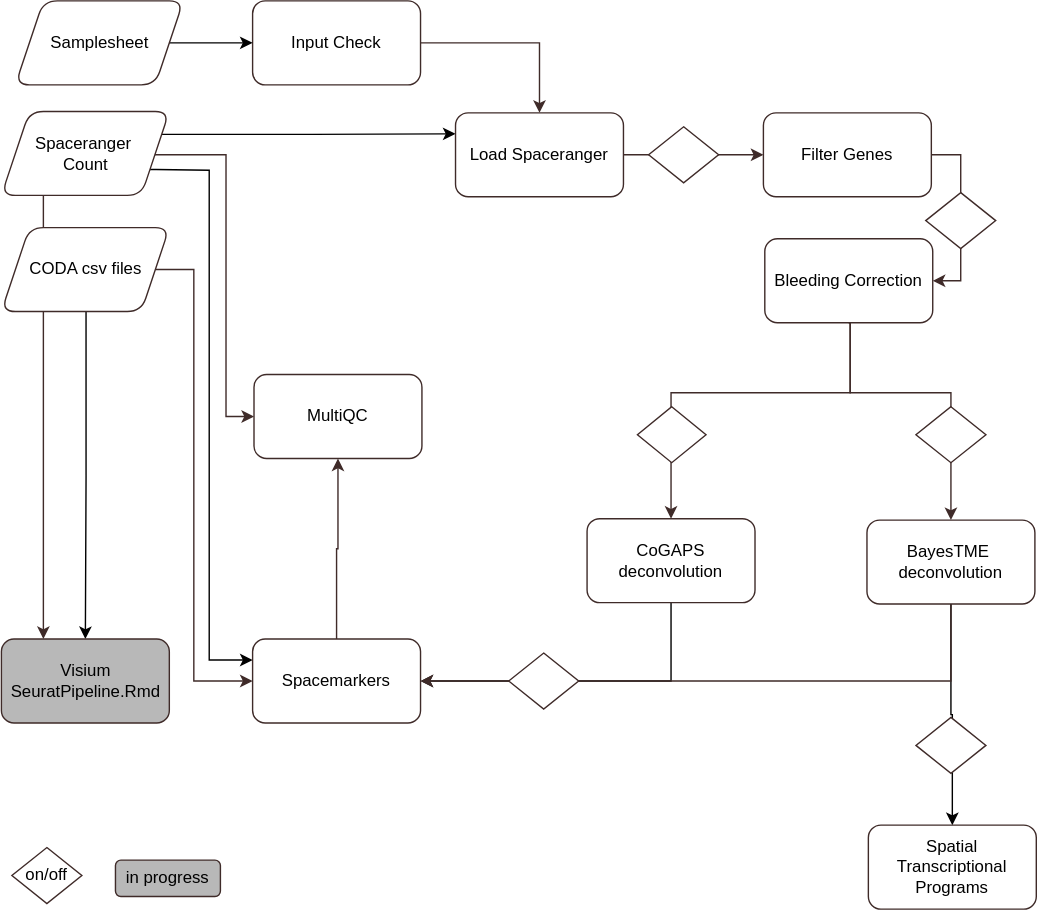
Before: assets/btc-visium.svg, a diagram exported from draw.io (break-through-cancer/btc-spatial-pipelines). Source tidied: cells renumbered, new cells last; positions are measured from the earlier drawing's top-left corner, leaving out a move shared by most shapes. Its diagram source:
```xml
<mxGraphModel>
  <root>
    <mxCell id="0" />
    <mxCell id="1" parent="0" />
    <mxCell id="2" style="edgeStyle=orthogonalEdgeStyle;rounded=0;jettySize=auto;html=1;strokeColor=#3F2B29;exitX=0.25;exitY=1;exitDx=0;exitDy=0;entryX=0.25;entryY=0;entryDx=0;entryDy=0;" parent="1" edge="1" source="6" target="18">
      <mxGeometry relative="1" as="geometry" />
    </mxCell>
    <mxCell id="3" style="edgeStyle=orthogonalEdgeStyle;rounded=0;jettySize=auto;html=1;strokeColor=#3F2B29;exitX=0.911;exitY=0.463;exitDx=0;exitDy=0;exitPerimeter=0;" parent="1" edge="1" source="6" target="29">
      <mxGeometry relative="1" as="geometry">
        <Array as="points">
          <mxPoint x="110" y="110" />
          <mxPoint x="161" y="110" />
          <mxPoint x="161" y="297" />
        </Array>
      </mxGeometry>
    </mxCell>
    <mxCell id="4" style="edgeStyle=orthogonalEdgeStyle;rounded=0;jettySize=auto;html=1;exitX=1;exitY=0.75;exitDx=0;exitDy=0;entryX=0;entryY=0.25;entryDx=0;entryDy=0;" parent="1" edge="1" source="6" target="34">
      <mxGeometry relative="1" as="geometry">
        <Array as="points">
          <mxPoint x="111" y="121" />
          <mxPoint x="149" y="121" />
          <mxPoint x="149" y="471" />
        </Array>
      </mxGeometry>
    </mxCell>
    <mxCell id="5" style="edgeStyle=orthogonalEdgeStyle;rounded=0;jettySize=auto;html=1;exitX=1;exitY=0.25;exitDx=0;exitDy=0;entryX=0;entryY=0.25;entryDx=0;entryDy=0;" parent="1" edge="1" source="6" target="10">
      <mxGeometry relative="1" as="geometry" />
    </mxCell>
    <mxCell id="6" value="Spaceranger&amp;nbsp;&lt;div&gt;Count&lt;/div&gt;" style="rounded=1;whiteSpace=wrap;html=1;strokeColor=#3F2B29;shape=parallelogram;boundedLbl=1;perimeter=parallelogramPerimeter;fixedSize=1;" parent="1" vertex="1">
      <mxGeometry x="0.5" y="79" width="120" height="60" as="geometry" />
    </mxCell>
    <mxCell id="7" style="edgeStyle=orthogonalEdgeStyle;rounded=0;jettySize=auto;html=1;strokeColor=#3F2B29;" parent="1" edge="1" source="8" target="10">
      <mxGeometry relative="1" as="geometry" />
    </mxCell>
    <mxCell id="8" value="Input Check" style="rounded=1;whiteSpace=wrap;html=1;strokeColor=#3F2B29;" parent="1" vertex="1">
      <mxGeometry x="180" width="120" height="60" as="geometry" />
    </mxCell>
    <mxCell id="9" style="edgeStyle=orthogonalEdgeStyle;rounded=0;jettySize=auto;html=1;entryX=0;entryY=0.5;entryDx=0;entryDy=0;strokeColor=#3F2B29;" parent="1" edge="1" source="10" target="14">
      <mxGeometry relative="1" as="geometry" />
    </mxCell>
    <mxCell id="10" value="Load Spaceranger" style="rounded=1;whiteSpace=wrap;html=1;strokeColor=#3F2B29;" parent="1" vertex="1">
      <mxGeometry x="325" y="80" width="120" height="60" as="geometry" />
    </mxCell>
    <mxCell id="11" style="edgeStyle=orthogonalEdgeStyle;rounded=0;jettySize=auto;html=1;entryX=0.5;entryY=0;entryDx=0;entryDy=0;exitX=0.5;exitY=1;exitDx=0;exitDy=0;strokeColor=#3F2B29;" parent="1" edge="1" source="30" target="23">
      <mxGeometry relative="1" as="geometry">
        <Array as="points">
          <mxPoint x="607" y="230" />
          <mxPoint x="607" y="280" />
          <mxPoint x="679" y="280" />
        </Array>
      </mxGeometry>
    </mxCell>
    <mxCell id="12" style="edgeStyle=orthogonalEdgeStyle;rounded=0;jettySize=auto;html=1;exitX=0.5;exitY=1;exitDx=0;exitDy=0;entryX=0.5;entryY=0;entryDx=0;entryDy=0;strokeColor=#3F2B29;" parent="1" edge="1" source="30" target="21">
      <mxGeometry relative="1" as="geometry">
        <Array as="points">
          <mxPoint x="607" y="230" />
          <mxPoint x="607" y="280" />
          <mxPoint x="479" y="280" />
        </Array>
      </mxGeometry>
    </mxCell>
    <mxCell id="13" style="edgeStyle=orthogonalEdgeStyle;rounded=0;jettySize=auto;html=1;exitX=1;exitY=0.5;exitDx=0;exitDy=0;entryX=1;entryY=0.5;entryDx=0;entryDy=0;strokeColor=#3F2B29;" parent="1" edge="1" source="14" target="30">
      <mxGeometry relative="1" as="geometry" />
    </mxCell>
    <mxCell id="14" value="Filter Genes" style="rounded=1;whiteSpace=wrap;html=1;strokeColor=#3F2B29;" parent="1" vertex="1">
      <mxGeometry x="545" y="80" width="120" height="60" as="geometry" />
    </mxCell>
    <mxCell id="15" style="edgeStyle=orthogonalEdgeStyle;rounded=0;jettySize=auto;html=1;exitX=1;exitY=0.5;exitDx=0;exitDy=0;entryX=0;entryY=0.5;entryDx=0;entryDy=0;strokeColor=#3F2B29;" parent="1" edge="1" source="17" target="34">
      <mxGeometry relative="1" as="geometry">
        <Array as="points">
          <mxPoint x="138" y="192" />
          <mxPoint x="138" y="486" />
        </Array>
      </mxGeometry>
    </mxCell>
    <mxCell id="16" style="edgeStyle=orthogonalEdgeStyle;rounded=0;jettySize=auto;html=1;entryX=0.5;entryY=0;entryDx=0;entryDy=0;exitX=0.504;exitY=0.833;exitDx=0;exitDy=0;exitPerimeter=0;" parent="1" edge="1" source="17" target="18">
      <mxGeometry relative="1" as="geometry" />
    </mxCell>
    <mxCell id="17" value="CODA csv files" style="rounded=1;whiteSpace=wrap;html=1;fillColor=default;strokeColor=#3F2B29;shape=parallelogram;boundedLbl=1;perimeter=parallelogramPerimeter;fixedSize=1;" parent="1" vertex="1">
      <mxGeometry x="0.5" y="162" width="120" height="60" as="geometry" />
    </mxCell>
    <mxCell id="18" value="Visium SeuratPipeline.Rmd" style="rounded=1;whiteSpace=wrap;html=1;fillColor=#B8B8B8;strokeColor=#3F2B29;" parent="1" vertex="1">
      <mxGeometry x="0.5" y="456" width="120" height="60" as="geometry" />
    </mxCell>
    <mxCell id="19" style="edgeStyle=orthogonalEdgeStyle;rounded=0;jettySize=auto;html=1;entryX=0.5;entryY=1;entryDx=0;entryDy=0;strokeColor=#3F2B29;exitX=0.5;exitY=0;exitDx=0;exitDy=0;" parent="1" edge="1" source="34" target="29">
      <mxGeometry relative="1" as="geometry" />
    </mxCell>
    <mxCell id="20" style="edgeStyle=orthogonalEdgeStyle;rounded=0;jettySize=auto;html=1;entryX=1;entryY=0.5;entryDx=0;entryDy=0;exitX=0.5;exitY=1;exitDx=0;exitDy=0;" parent="1" edge="1" source="21" target="34">
      <mxGeometry relative="1" as="geometry" />
    </mxCell>
    <mxCell id="21" value="CoGAPS deconvolution" style="rounded=1;whiteSpace=wrap;html=1;strokeColor=#3F2B29;" parent="1" vertex="1">
      <mxGeometry x="419" y="370" width="120" height="60" as="geometry" />
    </mxCell>
    <mxCell id="22" style="edgeStyle=orthogonalEdgeStyle;rounded=0;jettySize=auto;html=1;entryX=0.5;entryY=0;entryDx=0;entryDy=0;" parent="1" edge="1" source="23" target="24">
      <mxGeometry relative="1" as="geometry" />
    </mxCell>
    <mxCell id="23" value="BayesTME&amp;nbsp;&lt;div&gt;deconvolution&lt;/div&gt;" style="rounded=1;whiteSpace=wrap;html=1;strokeColor=#3F2B29;" parent="1" vertex="1">
      <mxGeometry x="619" y="371" width="120" height="60" as="geometry" />
    </mxCell>
    <mxCell id="24" value="Spatial Transcriptional Programs" style="rounded=1;whiteSpace=wrap;html=1;strokeColor=#3F2B29;" parent="1" vertex="1">
      <mxGeometry x="620" y="589" width="120" height="60" as="geometry" />
    </mxCell>
    <mxCell id="25" style="rhombus;whiteSpace=wrap;html=1;strokeColor=#3F2B29;" parent="1" vertex="1">
      <mxGeometry x="654" y="290" width="50" height="40" as="geometry" />
    </mxCell>
    <mxCell id="26" style="rhombus;whiteSpace=wrap;html=1;strokeColor=#3F2B29;" parent="1" vertex="1">
      <mxGeometry x="455" y="290" width="49" height="40" as="geometry" />
    </mxCell>
    <mxCell id="27" style="rhombus;whiteSpace=wrap;html=1;strokeColor=#3F2B29;" parent="1" vertex="1">
      <mxGeometry x="463" y="90" width="50" height="40" as="geometry" />
    </mxCell>
    <mxCell id="28" style="rhombus;whiteSpace=wrap;html=1;strokeColor=#3F2B29;" parent="1" vertex="1">
      <mxGeometry x="654" y="512" width="50" height="40" as="geometry" />
    </mxCell>
    <mxCell id="29" value="MultiQC" style="rounded=1;whiteSpace=wrap;html=1;strokeColor=#3F2B29;" parent="1" vertex="1">
      <mxGeometry x="181" y="267" width="120" height="60" as="geometry" />
    </mxCell>
    <mxCell id="30" value="Bleeding Correction" style="rounded=1;whiteSpace=wrap;html=1;strokeColor=#3F2B29;" parent="1" vertex="1">
      <mxGeometry x="546" y="170" width="120" height="60" as="geometry" />
    </mxCell>
    <mxCell id="31" style="rhombus;whiteSpace=wrap;html=1;strokeColor=#3F2B29;" parent="1" vertex="1">
      <mxGeometry x="661" y="137" width="50" height="40" as="geometry" />
    </mxCell>
    <mxCell id="32" value="on/off" style="rhombus;whiteSpace=wrap;html=1;strokeColor=#3F2B29;" parent="1" vertex="1">
      <mxGeometry x="8" y="605" width="50" height="40" as="geometry" />
    </mxCell>
    <mxCell id="33" value="in progress" style="rounded=1;whiteSpace=wrap;html=1;fillColor=#B8B8B8;strokeColor=#3F2B29;" parent="1" vertex="1">
      <mxGeometry x="82" y="614" width="75" height="26" as="geometry" />
    </mxCell>
    <mxCell id="34" value="Spacemarkers" style="rounded=1;whiteSpace=wrap;html=1;strokeColor=#3F2B29;" parent="1" vertex="1">
      <mxGeometry x="180" y="456" width="120" height="60" as="geometry" />
    </mxCell>
    <mxCell id="35" style="edgeStyle=orthogonalEdgeStyle;rounded=0;jettySize=auto;html=1;entryX=1;entryY=0.5;entryDx=0;entryDy=0;exitX=0.5;exitY=1;exitDx=0;exitDy=0;strokeColor=#3F2B29;" parent="1" edge="1" source="23" target="34">
      <mxGeometry relative="1" as="geometry">
        <Array as="points">
          <mxPoint x="679" y="486" />
        </Array>
      </mxGeometry>
    </mxCell>
    <mxCell id="36" style="rhombus;whiteSpace=wrap;html=1;strokeColor=#3F2B29;" parent="1" vertex="1">
      <mxGeometry x="363" y="466" width="50" height="40" as="geometry" />
    </mxCell>
    <mxCell id="37" style="edgeStyle=orthogonalEdgeStyle;rounded=0;jettySize=auto;html=1;" parent="1" edge="1" source="38" target="8">
      <mxGeometry relative="1" as="geometry" />
    </mxCell>
    <mxCell id="38" value="&lt;div&gt;Samplesheet&lt;/div&gt;" style="rounded=1;whiteSpace=wrap;html=1;strokeColor=#3F2B29;shape=parallelogram;boundedLbl=1;perimeter=parallelogramPerimeter;fixedSize=1;" parent="1" vertex="1">
      <mxGeometry x="10.5" width="120" height="60" as="geometry" />
    </mxCell>
  </root>
</mxGraphModel>
```
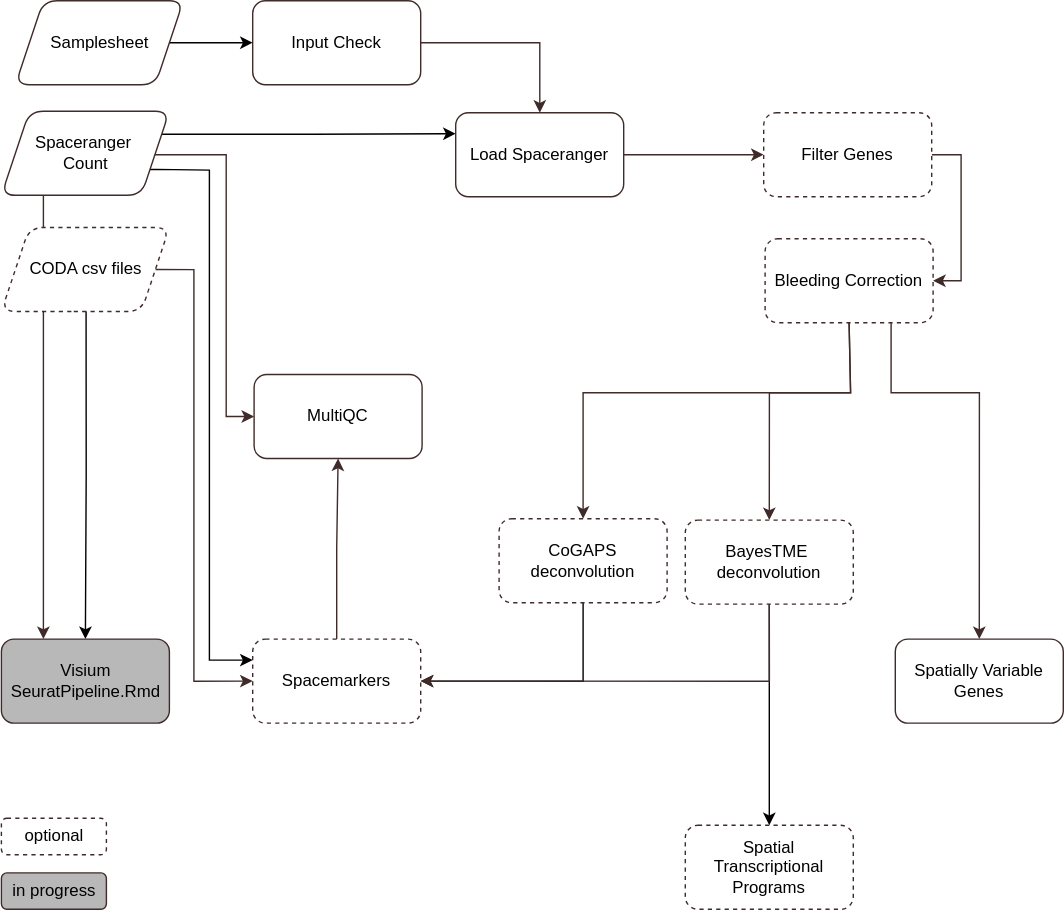
Above is the later version.

Commit message:
update visual repr

What changed in the source:
```diff
@@ -46,7 +46,7 @@
         <Array as="points">
           <mxPoint x="607" y="230" />
           <mxPoint x="607" y="280" />
-          <mxPoint x="679" y="280" />
+          <mxPoint x="549" y="280" />
         </Array>
       </mxGeometry>
     </mxCell>
@@ -55,14 +55,14 @@
         <Array as="points">
           <mxPoint x="607" y="230" />
           <mxPoint x="607" y="280" />
-          <mxPoint x="479" y="280" />
+          <mxPoint x="416" y="280" />
         </Array>
       </mxGeometry>
     </mxCell>
     <mxCell id="13" style="edgeStyle=orthogonalEdgeStyle;rounded=0;jettySize=auto;html=1;exitX=1;exitY=0.5;exitDx=0;exitDy=0;entryX=1;entryY=0.5;entryDx=0;entryDy=0;strokeColor=#3F2B29;" parent="1" edge="1" source="14" target="30">
       <mxGeometry relative="1" as="geometry" />
     </mxCell>
-    <mxCell id="14" value="Filter Genes" style="rounded=1;whiteSpace=wrap;html=1;strokeColor=#3F2B29;" parent="1" vertex="1">
+    <mxCell id="14" value="Filter Genes" style="rounded=1;whiteSpace=wrap;html=1;strokeColor=#3F2B29;dashed=1;" parent="1" vertex="1">
       <mxGeometry x="545" y="80" width="120" height="60" as="geometry" />
     </mxCell>
     <mxCell id="15" style="edgeStyle=orthogonalEdgeStyle;rounded=0;jettySize=auto;html=1;exitX=1;exitY=0.5;exitDx=0;exitDy=0;entryX=0;entryY=0.5;entryDx=0;entryDy=0;strokeColor=#3F2B29;" parent="1" edge="1" source="17" target="34">
@@ -76,7 +76,7 @@
     <mxCell id="16" style="edgeStyle=orthogonalEdgeStyle;rounded=0;jettySize=auto;html=1;entryX=0.5;entryY=0;entryDx=0;entryDy=0;exitX=0.504;exitY=0.833;exitDx=0;exitDy=0;exitPerimeter=0;" parent="1" edge="1" source="17" target="18">
       <mxGeometry relative="1" as="geometry" />
     </mxCell>
-    <mxCell id="17" value="CODA csv files" style="rounded=1;whiteSpace=wrap;html=1;fillColor=default;strokeColor=#3F2B29;shape=parallelogram;boundedLbl=1;perimeter=parallelogramPerimeter;fixedSize=1;" parent="1" vertex="1">
+    <mxCell id="17" value="CODA csv files" style="rounded=1;whiteSpace=wrap;html=1;fillColor=default;strokeColor=#3F2B29;shape=parallelogram;boundedLbl=1;perimeter=parallelogramPerimeter;fixedSize=1;dashed=1;" parent="1" vertex="1">
       <mxGeometry x="0.5" y="162" width="120" height="60" as="geometry" />
     </mxCell>
     <mxCell id="18" value="Visium SeuratPipeline.Rmd" style="rounded=1;whiteSpace=wrap;html=1;fillColor=#B8B8B8;strokeColor=#3F2B29;" parent="1" vertex="1">
@@ -88,63 +88,56 @@
     <mxCell id="20" style="edgeStyle=orthogonalEdgeStyle;rounded=0;jettySize=auto;html=1;entryX=1;entryY=0.5;entryDx=0;entryDy=0;exitX=0.5;exitY=1;exitDx=0;exitDy=0;" parent="1" edge="1" source="21" target="34">
       <mxGeometry relative="1" as="geometry" />
     </mxCell>
-    <mxCell id="21" value="CoGAPS deconvolution" style="rounded=1;whiteSpace=wrap;html=1;strokeColor=#3F2B29;" parent="1" vertex="1">
-      <mxGeometry x="419" y="370" width="120" height="60" as="geometry" />
+    <mxCell id="21" value="CoGAPS deconvolution" style="rounded=1;whiteSpace=wrap;html=1;strokeColor=#3F2B29;dashed=1;" parent="1" vertex="1">
+      <mxGeometry x="356" y="370" width="120" height="60" as="geometry" />
     </mxCell>
     <mxCell id="22" style="edgeStyle=orthogonalEdgeStyle;rounded=0;jettySize=auto;html=1;entryX=0.5;entryY=0;entryDx=0;entryDy=0;" parent="1" edge="1" source="23" target="24">
       <mxGeometry relative="1" as="geometry" />
     </mxCell>
-    <mxCell id="23" value="BayesTME&amp;nbsp;&lt;div&gt;deconvolution&lt;/div&gt;" style="rounded=1;whiteSpace=wrap;html=1;strokeColor=#3F2B29;" parent="1" vertex="1">
-      <mxGeometry x="619" y="371" width="120" height="60" as="geometry" />
+    <mxCell id="23" value="BayesTME&amp;nbsp;&lt;div&gt;deconvolution&lt;/div&gt;" style="rounded=1;whiteSpace=wrap;html=1;strokeColor=#3F2B29;dashed=1;" parent="1" vertex="1">
+      <mxGeometry x="489" y="371" width="120" height="60" as="geometry" />
     </mxCell>
-    <mxCell id="24" value="Spatial Transcriptional Programs" style="rounded=1;whiteSpace=wrap;html=1;strokeColor=#3F2B29;" parent="1" vertex="1">
-      <mxGeometry x="620" y="589" width="120" height="60" as="geometry" />
+    <mxCell id="24" value="Spatial Transcriptional Programs" style="rounded=1;whiteSpace=wrap;html=1;strokeColor=#3F2B29;dashed=1;" parent="1" vertex="1">
+      <mxGeometry x="489" y="589" width="120" height="60" as="geometry" />
     </mxCell>
-    <mxCell id="25" style="rhombus;whiteSpace=wrap;html=1;strokeColor=#3F2B29;" parent="1" vertex="1">
-      <mxGeometry x="654" y="290" width="50" height="40" as="geometry" />
-    </mxCell>
-    <mxCell id="26" style="rhombus;whiteSpace=wrap;html=1;strokeColor=#3F2B29;" parent="1" vertex="1">
-      <mxGeometry x="455" y="290" width="49" height="40" as="geometry" />
-    </mxCell>
-    <mxCell id="27" style="rhombus;whiteSpace=wrap;html=1;strokeColor=#3F2B29;" parent="1" vertex="1">
-      <mxGeometry x="463" y="90" width="50" height="40" as="geometry" />
-    </mxCell>
-    <mxCell id="28" style="rhombus;whiteSpace=wrap;html=1;strokeColor=#3F2B29;" parent="1" vertex="1">
-      <mxGeometry x="654" y="512" width="50" height="40" as="geometry" />
-    </mxCell>
     <mxCell id="29" value="MultiQC" style="rounded=1;whiteSpace=wrap;html=1;strokeColor=#3F2B29;" parent="1" vertex="1">
       <mxGeometry x="181" y="267" width="120" height="60" as="geometry" />
     </mxCell>
-    <mxCell id="30" value="Bleeding Correction" style="rounded=1;whiteSpace=wrap;html=1;strokeColor=#3F2B29;" parent="1" vertex="1">
+    <mxCell id="30" value="Bleeding Correction" style="rounded=1;whiteSpace=wrap;html=1;strokeColor=#3F2B29;dashed=1;" parent="1" vertex="1">
       <mxGeometry x="546" y="170" width="120" height="60" as="geometry" />
     </mxCell>
-    <mxCell id="31" style="rhombus;whiteSpace=wrap;html=1;strokeColor=#3F2B29;" parent="1" vertex="1">
-      <mxGeometry x="661" y="137" width="50" height="40" as="geometry" />
-    </mxCell>
-    <mxCell id="32" value="on/off" style="rhombus;whiteSpace=wrap;html=1;strokeColor=#3F2B29;" parent="1" vertex="1">
-      <mxGeometry x="8" y="605" width="50" height="40" as="geometry" />
-    </mxCell>
     <mxCell id="33" value="in progress" style="rounded=1;whiteSpace=wrap;html=1;fillColor=#B8B8B8;strokeColor=#3F2B29;" parent="1" vertex="1">
-      <mxGeometry x="82" y="614" width="75" height="26" as="geometry" />
+      <mxGeometry x="0.5" y="623" width="75" height="26" as="geometry" />
     </mxCell>
-    <mxCell id="34" value="Spacemarkers" style="rounded=1;whiteSpace=wrap;html=1;strokeColor=#3F2B29;" parent="1" vertex="1">
+    <mxCell id="34" value="Spacemarkers" style="rounded=1;whiteSpace=wrap;html=1;strokeColor=#3F2B29;dashed=1;" parent="1" vertex="1">
       <mxGeometry x="180" y="456" width="120" height="60" as="geometry" />
     </mxCell>
     <mxCell id="35" style="edgeStyle=orthogonalEdgeStyle;rounded=0;jettySize=auto;html=1;entryX=1;entryY=0.5;entryDx=0;entryDy=0;exitX=0.5;exitY=1;exitDx=0;exitDy=0;strokeColor=#3F2B29;" parent="1" edge="1" source="23" target="34">
       <mxGeometry relative="1" as="geometry">
         <Array as="points">
-          <mxPoint x="679" y="486" />
+          <mxPoint x="549" y="486" />
         </Array>
       </mxGeometry>
     </mxCell>
-    <mxCell id="36" style="rhombus;whiteSpace=wrap;html=1;strokeColor=#3F2B29;" parent="1" vertex="1">
-      <mxGeometry x="363" y="466" width="50" height="40" as="geometry" />
-    </mxCell>
     <mxCell id="37" style="edgeStyle=orthogonalEdgeStyle;rounded=0;jettySize=auto;html=1;" parent="1" edge="1" source="38" target="8">
       <mxGeometry relative="1" as="geometry" />
     </mxCell>
     <mxCell id="38" value="&lt;div&gt;Samplesheet&lt;/div&gt;" style="rounded=1;whiteSpace=wrap;html=1;strokeColor=#3F2B29;shape=parallelogram;boundedLbl=1;perimeter=parallelogramPerimeter;fixedSize=1;" parent="1" vertex="1">
       <mxGeometry x="10.5" width="120" height="60" as="geometry" />
     </mxCell>
+    <mxCell id="39" value="Spatially Variable Genes" style="rounded=1;whiteSpace=wrap;html=1;strokeColor=#3F2B29;" parent="1" vertex="1">
+      <mxGeometry x="639" y="456" width="120" height="60" as="geometry" />
+    </mxCell>
+    <mxCell id="40" style="edgeStyle=orthogonalEdgeStyle;rounded=0;jettySize=auto;html=1;entryX=0.5;entryY=0;entryDx=0;entryDy=0;strokeColor=#3F2B29;exitX=0.75;exitY=1;exitDx=0;exitDy=0;" parent="1" edge="1" source="30" target="39">
+      <mxGeometry relative="1" as="geometry">
+        <Array as="points">
+          <mxPoint x="636" y="280" />
+          <mxPoint x="699" y="280" />
+        </Array>
+      </mxGeometry>
+    </mxCell>
+    <mxCell id="41" value="optional" style="rounded=1;whiteSpace=wrap;html=1;fillColor=#FFFFFF;strokeColor=#3F2B29;dashed=1;" parent="1" vertex="1">
+      <mxGeometry x="0.5" y="584" width="75" height="26" as="geometry" />
+    </mxCell>
   </root>
 </mxGraphModel>
```
